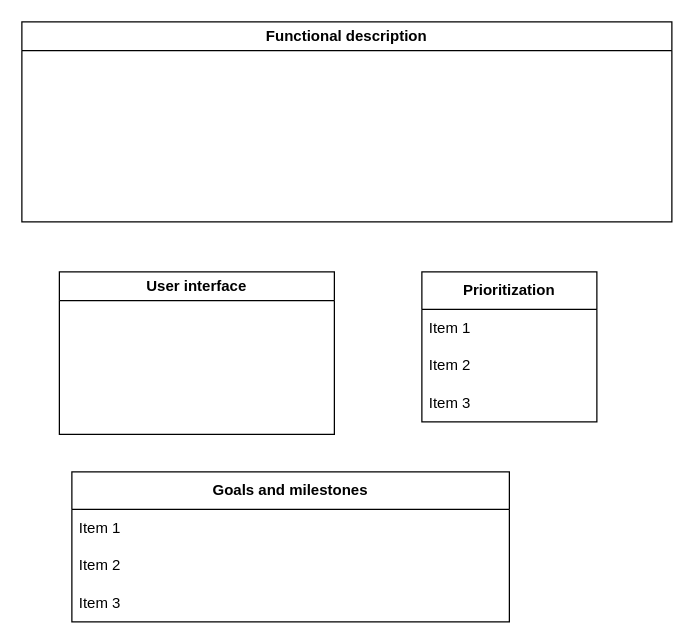
The draw.io diagram design_documents/DDS.drawio in DuhaimeLab/VirusHostInteractionPredictor, before the edit. Source tidied: cells renumbered, new cells numbered last; positions are measured from the earlier drawing's top-left corner, leaving out a move shared by most shapes. Both pictures are drawn from the tidied source at 125%, with x=0, y=0 at pixel (21, 21).
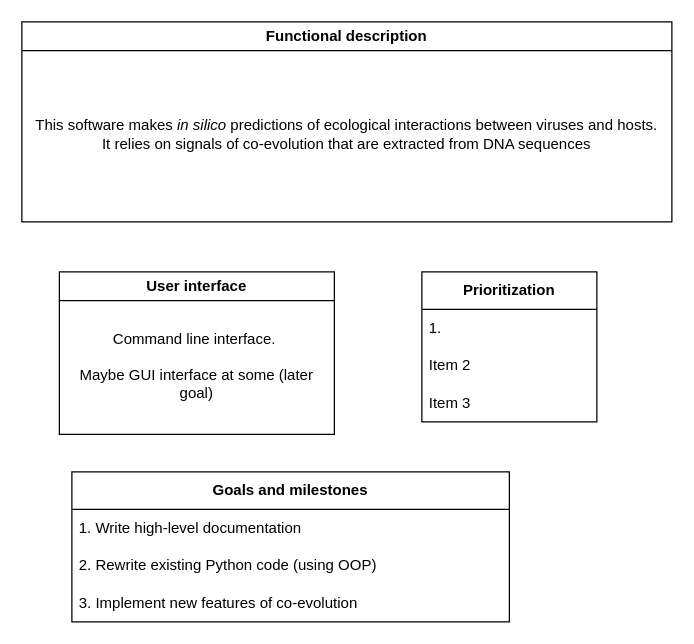
After the change.

The edit, as a diff of the source:
```diff
@@
 <mxGraphModel>
   <root>
     <mxCell id="0" />
     <mxCell id="1" parent="0" />
     <mxCell id="2" value="&lt;b&gt;Prioritization&lt;/b&gt;" style="swimlane;fontStyle=0;horizontal=1;startSize=30;whiteSpace=wrap;html=1;" parent="1" vertex="1">
       <mxGeometry x="320" y="200" width="140" height="120" as="geometry" />
     </mxCell>
-    <mxCell id="3" value="Item 1" style="text;strokeColor=none;fillColor=none;align=left;verticalAlign=middle;spacingLeft=4;spacingRight=4;overflow=hidden;whiteSpace=wrap;html=1;" parent="2" vertex="1">
+    <mxCell id="3" value="1.&amp;nbsp;" style="text;strokeColor=none;fillColor=none;align=left;verticalAlign=middle;spacingLeft=4;spacingRight=4;overflow=hidden;whiteSpace=wrap;html=1;" parent="2" vertex="1">
       <mxGeometry y="30" width="140" height="30" as="geometry" />
     </mxCell>
     <mxCell id="4" value="Item 2" style="text;strokeColor=none;fillColor=none;align=left;verticalAlign=middle;spacingLeft=4;spacingRight=4;overflow=hidden;whiteSpace=wrap;html=1;" parent="2" vertex="1">
       <mxGeometry y="60" width="140" height="30" as="geometry" />
     </mxCell>
     <mxCell id="5" value="Item 3" style="text;strokeColor=none;fillColor=none;align=left;verticalAlign=middle;spacingLeft=4;spacingRight=4;overflow=hidden;whiteSpace=wrap;html=1;" parent="2" vertex="1">
       <mxGeometry y="90" width="140" height="30" as="geometry" />
     </mxCell>
     <mxCell id="6" value="Functional description" style="swimlane;whiteSpace=wrap;html=1;" parent="1" vertex="1">
       <mxGeometry width="520" height="160" as="geometry" />
     </mxCell>
+    <mxCell id="12" value="This software makes &lt;i&gt;in silico &lt;/i&gt;predictions of ecological interactions between viruses and hosts. It relies on signals of co-evolution that are extracted from DNA sequences" style="text;html=1;strokeColor=none;fillColor=none;align=center;verticalAlign=middle;whiteSpace=wrap;rounded=0;" parent="6" vertex="1">
+      <mxGeometry x="10" y="40" width="500" height="100" as="geometry" />
+    </mxCell>
     <mxCell id="7" value="User interface" style="swimlane;whiteSpace=wrap;html=1;" parent="1" vertex="1">
       <mxGeometry x="30" y="200" width="220" height="130" as="geometry" />
     </mxCell>
+    <mxCell id="13" value="Command line interface.&amp;nbsp;&lt;br&gt;&lt;br&gt;Maybe GUI interface at some (later goal)" style="text;html=1;strokeColor=none;fillColor=none;align=center;verticalAlign=middle;whiteSpace=wrap;rounded=0;" parent="7" vertex="1">
+      <mxGeometry x="10" y="30" width="200" height="90" as="geometry" />
+    </mxCell>
     <mxCell id="8" value="&lt;b&gt;Goals and milestones&lt;/b&gt;" style="swimlane;fontStyle=0;horizontal=1;startSize=30;whiteSpace=wrap;html=1;" parent="1" vertex="1">
       <mxGeometry x="40" y="360" width="350" height="120" as="geometry" />
     </mxCell>
-    <mxCell id="9" value="Item 1" style="text;strokeColor=none;fillColor=none;align=left;verticalAlign=middle;spacingLeft=4;spacingRight=4;overflow=hidden;whiteSpace=wrap;html=1;" parent="8" vertex="1">
+    <mxCell id="9" value="1. Write high-level documentation" style="text;strokeColor=none;fillColor=none;align=left;verticalAlign=middle;spacingLeft=4;spacingRight=4;overflow=hidden;whiteSpace=wrap;html=1;" parent="8" vertex="1">
       <mxGeometry y="30" width="350" height="30" as="geometry" />
     </mxCell>
-    <mxCell id="10" value="Item 2" style="text;strokeColor=none;fillColor=none;align=left;verticalAlign=middle;spacingLeft=4;spacingRight=4;overflow=hidden;whiteSpace=wrap;html=1;" parent="8" vertex="1">
+    <mxCell id="10" value="2. Rewrite existing Python code (using OOP)" style="text;strokeColor=none;fillColor=none;align=left;verticalAlign=middle;spacingLeft=4;spacingRight=4;overflow=hidden;whiteSpace=wrap;html=1;" parent="8" vertex="1">
       <mxGeometry y="60" width="350" height="30" as="geometry" />
     </mxCell>
-    <mxCell id="11" value="Item 3" style="text;strokeColor=none;fillColor=none;align=left;verticalAlign=middle;spacingLeft=4;spacingRight=4;overflow=hidden;whiteSpace=wrap;html=1;" parent="8" vertex="1">
+    <mxCell id="11" value="3. Implement new features of co-evolution" style="text;strokeColor=none;fillColor=none;align=left;verticalAlign=middle;spacingLeft=4;spacingRight=4;overflow=hidden;whiteSpace=wrap;html=1;" parent="8" vertex="1">
       <mxGeometry y="90" width="350" height="30" as="geometry" />
     </mxCell>
   </root>
 </mxGraphModel>
```
